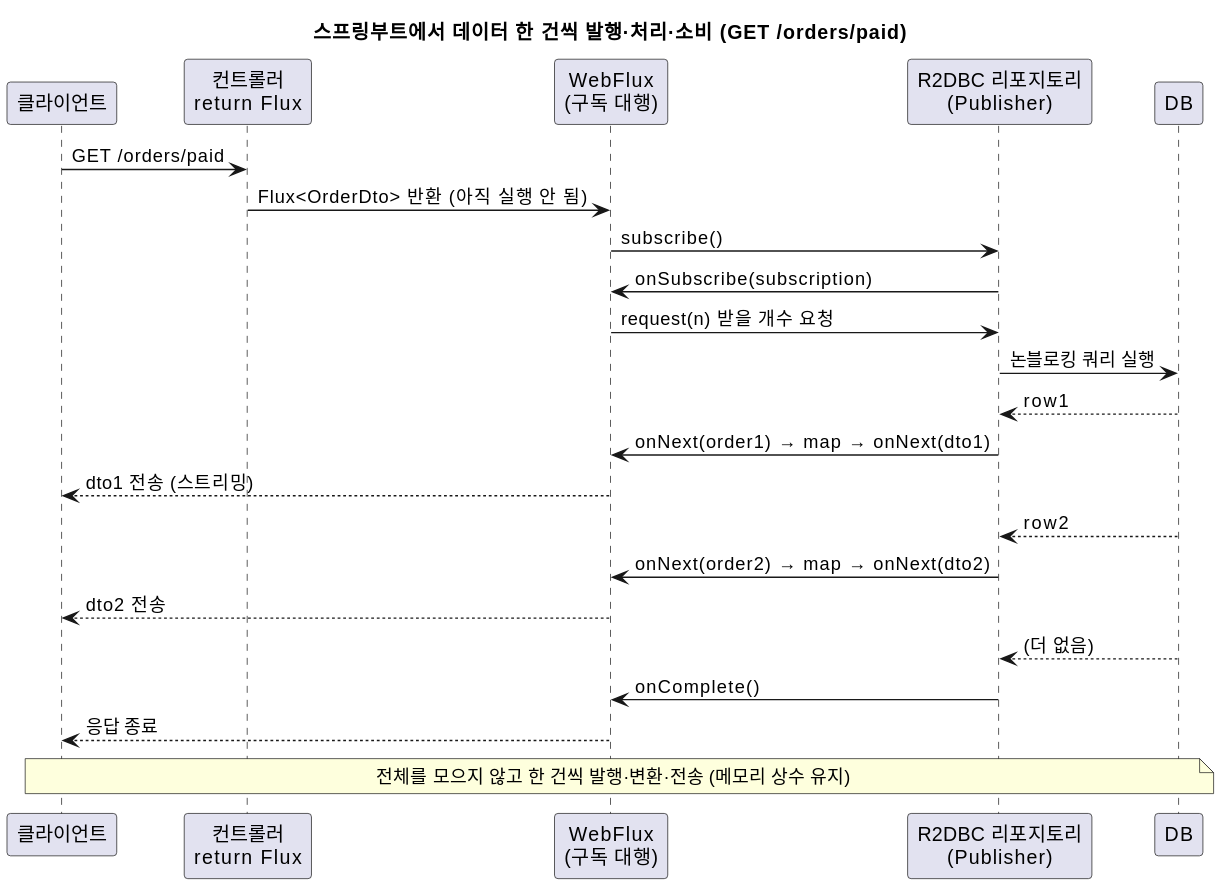
The PlantUML diagram static/img/c4/pu-reactive-springboot-flow.svg in johnycho/johny-dev, before a commit. Source of this version:
```plantuml
@startuml
title 스프링부트에서 데이터 한 건씩 발행·처리·소비 (GET /orders/paid)
participant "클라이언트" as C
participant "컨트롤러\nreturn Flux" as Ctl
participant "WebFlux\n(구독 대행)" as W
participant "R2DBC 리포지토리\n(Publisher)" as R
participant "DB" as DB

C -> Ctl : GET /orders/paid
Ctl -> W : Flux<OrderDto> 반환 (아직 실행 안 됨)
W -> R : subscribe()
R -> W : onSubscribe(subscription)
W -> R : request(n) 받을 개수 요청
R -> DB : 논블로킹 쿼리 실행
DB --> R : row1
R -> W : onNext(order1) → map → onNext(dto1)
W --> C : dto1 전송 (스트리밍)
DB --> R : row2
R -> W : onNext(order2) → map → onNext(dto2)
W --> C : dto2 전송
DB --> R : (더 없음)
R -> W : onComplete()
W --> C : 응답 종료
note over C, DB : 전체를 모으지 않고 한 건씩 발행·변환·전송 (메모리 상수 유지)
@enduml
```
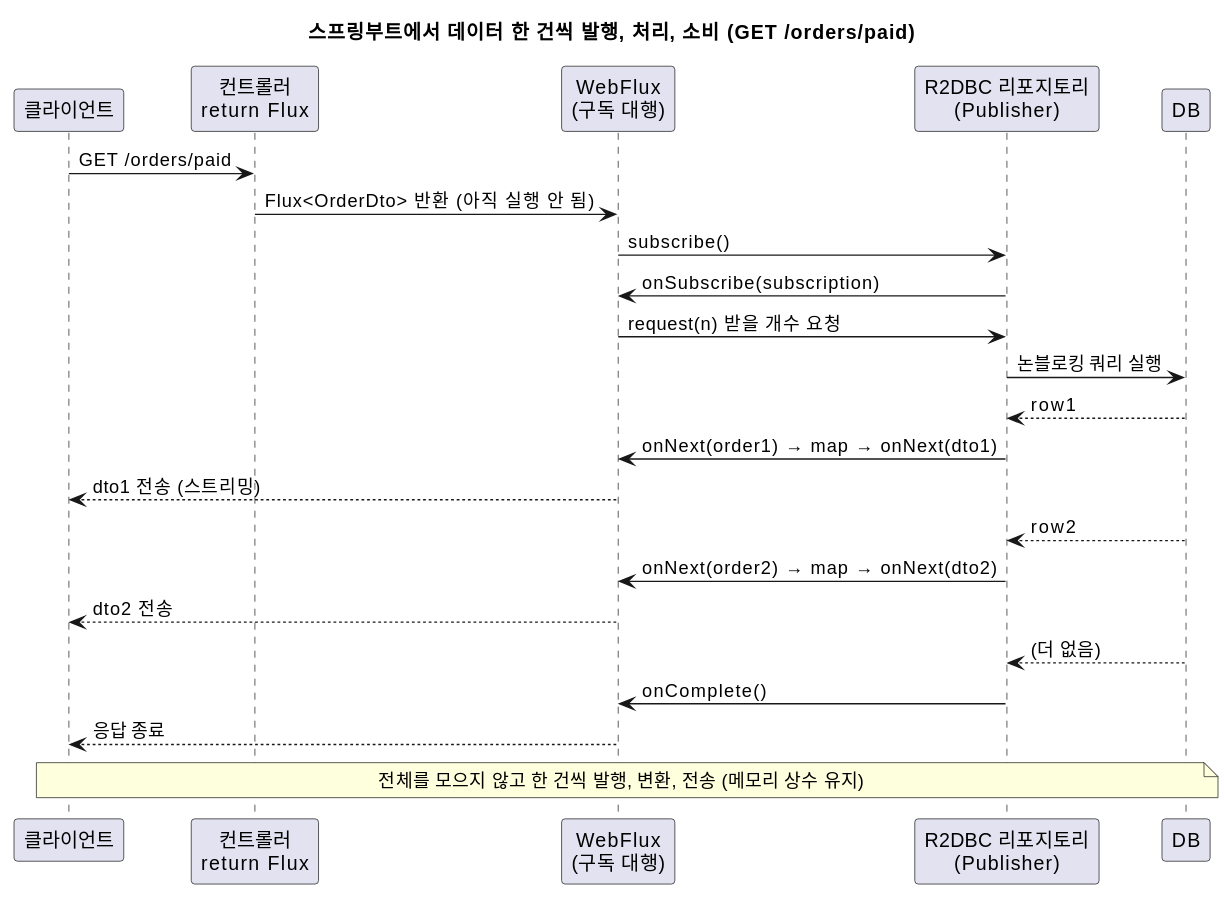
The same diagram one commit later.

Change to the diagram source:
```diff
@@ -1,5 +1,5 @@
 @startuml
-title 스프링부트에서 데이터 한 건씩 발행·처리·소비 (GET /orders/paid)
+title 스프링부트에서 데이터 한 건씩 발행, 처리, 소비 (GET /orders/paid)
 participant "클라이언트" as C
 participant "컨트롤러\nreturn Flux" as Ctl
 participant "WebFlux\n(구독 대행)" as W
@@ -21,5 +21,5 @@
 DB --> R : (더 없음)
 R -> W : onComplete()
 W --> C : 응답 종료
-note over C, DB : 전체를 모으지 않고 한 건씩 발행·변환·전송 (메모리 상수 유지)
+note over C, DB : 전체를 모으지 않고 한 건씩 발행, 변환, 전송 (메모리 상수 유지)
 @enduml
```
